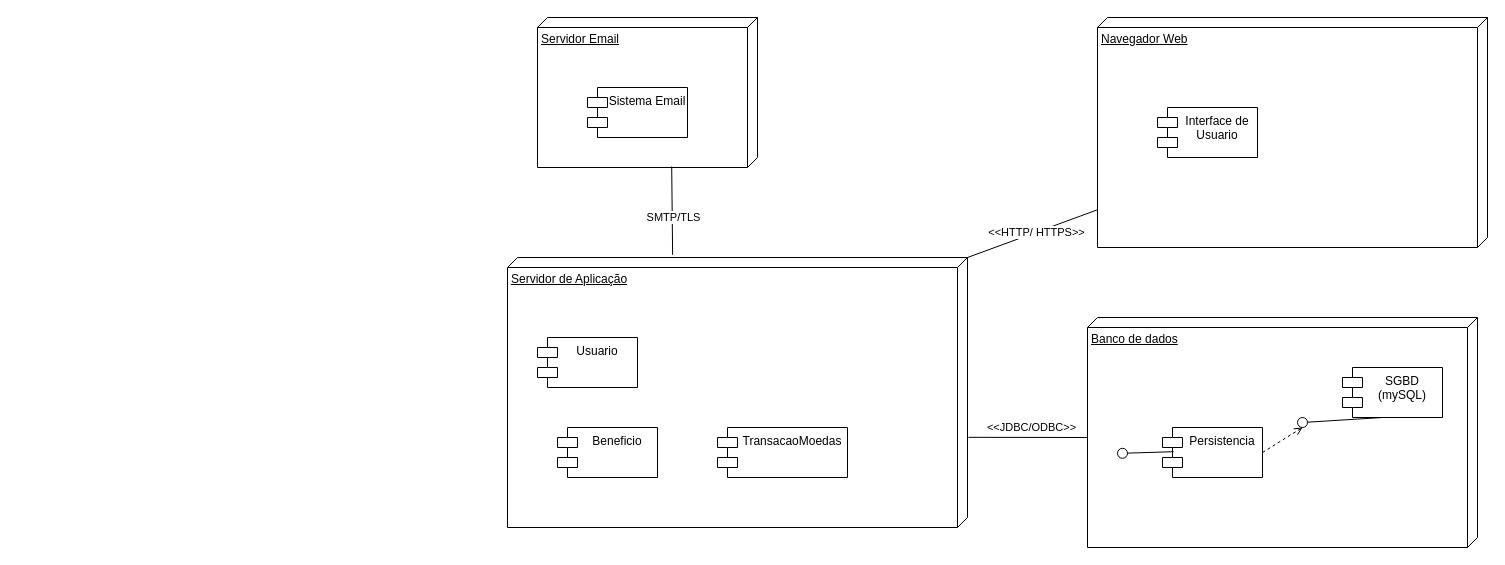
Above: projeto/DiagramaDeImplantacao.drawio in Puc-Minas-activities-organization/Sistema-de-Moeda-Estudantil (draw.io), before the change. Source tidied: cells renumbered, new cells numbered last; positions are measured from the earlier drawing's top-left corner, leaving out a move shared by most shapes. Both pictures are drawn from the tidied source at 100%, with x=0, y=0 at pixel (507, 17).
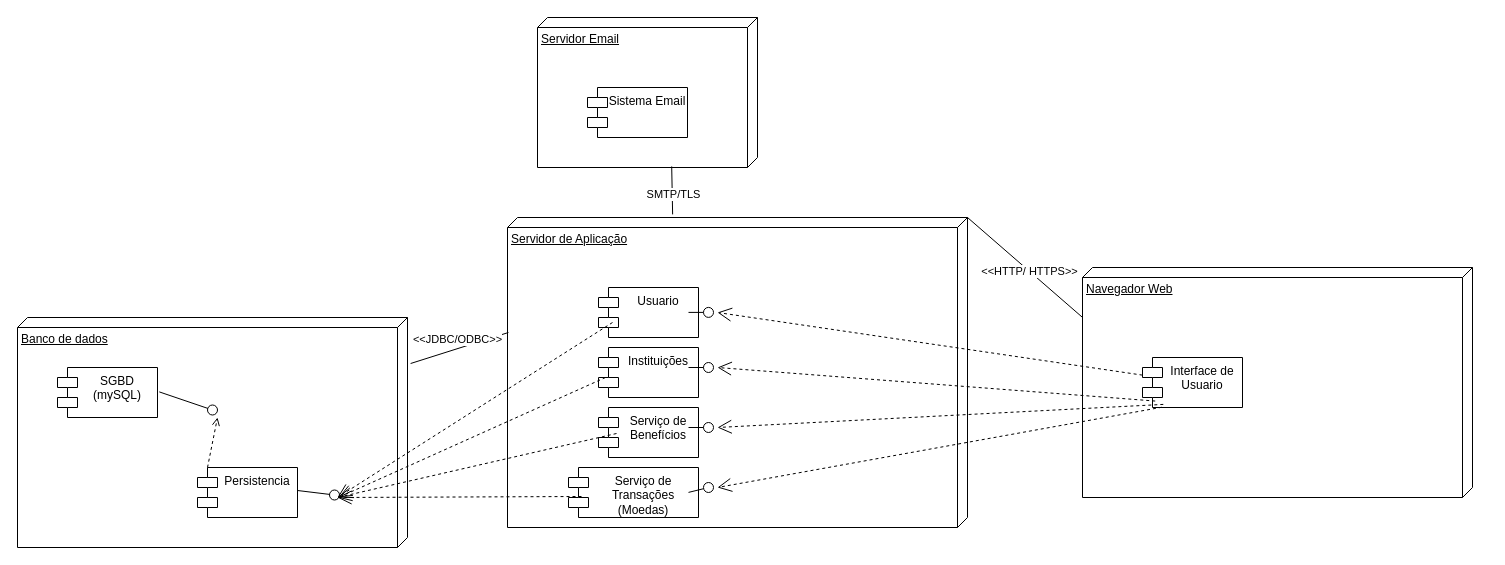
The same page after the edit.

Commit message:
Docs: Atualização no diagrama de Implantação

Change to the diagram source:
```diff
@@
-    <mxCell id="2" value="Servidor Email" style="verticalAlign=top;align=left;spacingTop=8;spacingLeft=2;spacingRight=12;shape=cube;size=10;direction=south;fontStyle=4;html=1;whiteSpace=wrap;" parent="1" vertex="1">
-      <mxGeometry x="30" width="220" height="150" as="geometry" />
-    </mxCell>
+    <mxCell id="23" style="group;" parent="1" vertex="1">
+      <mxGeometry x="-490" y="300" width="390" height="230" as="geometry" />
+    </mxCell>
+    <mxCell id="5" value="Banco de dados" style="verticalAlign=top;align=left;spacingTop=8;spacingLeft=2;spacingRight=12;shape=cube;size=10;direction=south;fontStyle=4;html=1;whiteSpace=wrap;" parent="23" vertex="1">
+      <mxGeometry width="390" height="230" as="geometry" />
+    </mxCell>
+    <mxCell id="10" value="SGBD (mySQL)" style="shape=module;align=left;spacingLeft=20;align=center;verticalAlign=top;whiteSpace=wrap;html=1;" parent="23" vertex="1">
+      <mxGeometry x="40" y="50" width="100" height="50" as="geometry" />
+    </mxCell>
+    <mxCell id="11" value="Persistencia" style="shape=module;align=left;spacingLeft=20;align=center;verticalAlign=top;whiteSpace=wrap;html=1;" parent="23" vertex="1">
+      <mxGeometry x="180" y="150" width="100" height="50" as="geometry" />
+    </mxCell>
+    <mxCell id="13" style="ellipse;whiteSpace=wrap;html=1;align=center;fillColor=none;strokeColor=none;perimeter=centerPerimeter;" parent="23" vertex="1">
+      <mxGeometry x="140" y="70" width="10" height="10" as="geometry" />
+    </mxCell>
+    <mxCell id="12" style="rounded=0;jettySize=auto;html=1;endArrow=oval;endFill=0;sketch=0;sourcePerimeterSpacing=0;targetPerimeterSpacing=0;endSize=10;exitX=1.018;exitY=0.488;exitDx=0;exitDy=0;exitPerimeter=0;" parent="23" edge="1" source="10">
+      <mxGeometry relative="1" as="geometry">
+        <mxPoint x="195" y="92.5" as="targetPoint" />
+        <Array as="points">
+          <mxPoint x="195" y="92.5" />
+        </Array>
+      </mxGeometry>
+    </mxCell>
+    <mxCell id="14" style="html=1;verticalAlign=bottom;labelBackgroundColor=none;endArrow=open;endFill=0;dashed=1;exitX=0;exitY=0;exitDx=10;exitDy=0;exitPerimeter=0;" parent="23" edge="1" source="11">
+      <mxGeometry relative="1" as="geometry">
+        <mxPoint x="200" y="100" as="targetPoint" />
+      </mxGeometry>
+    </mxCell>
+    <mxCell id="15" style="rounded=0;orthogonalLoop=1;jettySize=auto;html=1;endArrow=oval;endFill=0;sketch=0;sourcePerimeterSpacing=0;targetPerimeterSpacing=0;endSize=10;" parent="23" edge="1">
+      <mxGeometry relative="1" as="geometry">
+        <mxPoint x="280" y="173" as="sourcePoint" />
+        <mxPoint x="317" y="177.5" as="targetPoint" />
+        <Array as="points">
+          <mxPoint x="317" y="177.5" />
+        </Array>
+      </mxGeometry>
+    </mxCell>
+    <mxCell id="24" style="group;" parent="1" vertex="1">
+      <mxGeometry x="-10" y="240" width="460" height="270" as="geometry" />
+    </mxCell>
+    <mxCell id="25" style="group;" parent="24" vertex="1">
+      <mxGeometry x="10" width="460" height="270" as="geometry" />
+    </mxCell>
-    <mxCell id="3" value="Servidor de Aplicação" style="verticalAlign=top;align=left;spacingTop=8;spacingLeft=2;spacingRight=12;shape=cube;size=10;direction=south;fontStyle=4;html=1;whiteSpace=wrap;" parent="1" vertex="1">
-      <mxGeometry y="240" width="460" height="270" as="geometry" />
+    <mxCell id="3" value="Servidor de Aplicação" style="verticalAlign=top;align=left;spacingTop=8;spacingLeft=2;spacingRight=12;shape=cube;size=10;direction=south;fontStyle=4;html=1;whiteSpace=wrap;" parent="25" vertex="1">
+      <mxGeometry y="-40" width="460" height="310" as="geometry" />
     </mxCell>
-    <mxCell id="4" value="Navegador Web" style="verticalAlign=top;align=left;spacingTop=8;spacingLeft=2;spacingRight=12;shape=cube;size=10;direction=south;fontStyle=4;html=1;whiteSpace=wrap;" parent="1" vertex="1">
-      <mxGeometry x="590" width="390" height="230" as="geometry" />
-    </mxCell>
-    <mxCell id="5" value="Banco de dados" style="verticalAlign=top;align=left;spacingTop=8;spacingLeft=2;spacingRight=12;shape=cube;size=10;direction=south;fontStyle=4;html=1;whiteSpace=wrap;" parent="1" vertex="1">
-      <mxGeometry x="580" y="300" width="390" height="230" as="geometry" />
-    </mxCell>
-    <mxCell id="6" value="Sistema Email" style="shape=module;align=left;spacingLeft=20;align=center;verticalAlign=top;whiteSpace=wrap;html=1;" parent="1" vertex="1">
-      <mxGeometry x="80" y="70" width="100" height="50" as="geometry" />
-    </mxCell>
-    <mxCell id="7" value="Usuario" style="shape=module;align=left;spacingLeft=20;align=center;verticalAlign=top;whiteSpace=wrap;html=1;" parent="1" vertex="1">
-      <mxGeometry x="30" y="320" width="100" height="50" as="geometry" />
-    </mxCell>
+    <mxCell id="26" style="group;" parent="25" vertex="1">
+      <mxGeometry x="61" y="30" width="130" height="230" as="geometry" />
+    </mxCell>
-    <mxCell id="8" value="Beneficio" style="shape=module;align=left;spacingLeft=20;align=center;verticalAlign=top;whiteSpace=wrap;html=1;" parent="1" vertex="1">
-      <mxGeometry x="50" y="410" width="100" height="50" as="geometry" />
+    <mxCell id="8" value="Serviço de Benefícios" style="shape=module;align=left;spacingLeft=20;align=center;verticalAlign=top;whiteSpace=wrap;html=1;" parent="26" vertex="1">
+      <mxGeometry x="30" y="120" width="100" height="50" as="geometry" />
     </mxCell>
-    <mxCell id="9" value="TransacaoMoedas" style="shape=module;align=left;spacingLeft=20;align=center;verticalAlign=top;whiteSpace=wrap;html=1;" parent="1" vertex="1">
-      <mxGeometry x="210" y="410" width="130" height="50" as="geometry" />
+    <mxCell id="9" value="Serviço de Transações (Moedas)" style="shape=module;align=left;spacingLeft=20;align=center;verticalAlign=top;whiteSpace=wrap;html=1;" parent="26" vertex="1">
+      <mxGeometry y="180" width="130" height="50" as="geometry" />
     </mxCell>
-    <mxCell id="10" value="SGBD (mySQL)" style="shape=module;align=left;spacingLeft=20;align=center;verticalAlign=top;whiteSpace=wrap;html=1;" parent="1" vertex="1">
-      <mxGeometry x="835" y="350" width="100" height="50" as="geometry" />
-    </mxCell>
-    <mxCell id="11" value="Persistencia" style="shape=module;align=left;spacingLeft=20;align=center;verticalAlign=top;whiteSpace=wrap;html=1;" parent="1" vertex="1">
-      <mxGeometry x="655" y="410" width="100" height="50" as="geometry" />
-    </mxCell>
-    <mxCell id="12" style="rounded=0;orthogonalLoop=1;jettySize=auto;html=1;endArrow=oval;endFill=0;sketch=0;sourcePerimeterSpacing=0;targetPerimeterSpacing=0;endSize=10;exitX=0;exitY=0;exitDx=0;exitDy=35;exitPerimeter=0;" parent="1" edge="1">
-      <mxGeometry relative="1" as="geometry">
-        <mxPoint x="875" y="400" as="sourcePoint" />
-        <mxPoint x="795" y="405" as="targetPoint" />
-        <Array as="points">
-          <mxPoint x="795" y="405" />
-        </Array>
-      </mxGeometry>
-    </mxCell>
-    <mxCell id="13" style="ellipse;whiteSpace=wrap;html=1;align=center;fillColor=none;strokeColor=none;perimeter=centerPerimeter;" parent="1" vertex="1">
-      <mxGeometry x="720" y="370" width="10" height="10" as="geometry" />
-    </mxCell>
-    <mxCell id="14" style="html=1;verticalAlign=bottom;labelBackgroundColor=none;endArrow=open;endFill=0;dashed=1;exitX=1;exitY=0.5;exitDx=0;exitDy=0;" parent="1" edge="1" source="11">
-      <mxGeometry relative="1" as="geometry">
-        <mxPoint x="795" y="410" as="targetPoint" />
-      </mxGeometry>
-    </mxCell>
-    <mxCell id="15" style="rounded=0;orthogonalLoop=1;jettySize=auto;html=1;endArrow=oval;endFill=0;sketch=0;sourcePerimeterSpacing=0;targetPerimeterSpacing=0;endSize=10;exitX=0.111;exitY=0.52;exitDx=0;exitDy=0;exitPerimeter=0;" parent="1" edge="1">
-      <mxGeometry relative="1" as="geometry">
-        <mxPoint x="666.1" y="434.2" as="sourcePoint" />
-        <mxPoint x="615" y="435.8" as="targetPoint" />
-        <Array as="points">
-          <mxPoint x="615" y="435.8" />
-        </Array>
-      </mxGeometry>
-    </mxCell>
-    <mxCell id="16" value="Interface de Usuario" style="shape=module;align=left;spacingLeft=20;align=center;verticalAlign=top;whiteSpace=wrap;html=1;" parent="1" vertex="1">
-      <mxGeometry x="650" y="90" width="100" height="50" as="geometry" />
-    </mxCell>
+    <mxCell id="27" value="Instituições" style="shape=module;align=left;spacingLeft=20;align=center;verticalAlign=top;whiteSpace=wrap;html=1;" parent="26" vertex="1">
+      <mxGeometry x="30" y="60" width="100" height="50" as="geometry" />
+    </mxCell>
+    <mxCell id="28" style="endArrow=open;endSize=12;dashed=1;html=1;rounded=0;exitX=0.07;exitY=0.6;exitDx=0;exitDy=0;exitPerimeter=0;" parent="25" edge="1" source="27">
+      <mxGeometry relative="1" as="geometry">
+        <mxPoint x="-169" y="240" as="targetPoint" />
+      </mxGeometry>
+    </mxCell>
+    <mxCell id="7" value="Usuario" style="shape=module;align=left;spacingLeft=20;align=center;verticalAlign=top;whiteSpace=wrap;html=1;" parent="25" vertex="1">
+      <mxGeometry x="91" y="30" width="100" height="50" as="geometry" />
+    </mxCell>
+    <mxCell id="29" style="ellipse;whiteSpace=wrap;html=1;align=center;fillColor=none;strokeColor=none;perimeter=centerPerimeter;" parent="24" vertex="1">
+      <mxGeometry x="241" y="50" width="10" height="10" as="geometry" />
+    </mxCell>
+    <mxCell id="30" style="rounded=0;orthogonalLoop=1;jettySize=auto;html=1;endArrow=oval;endFill=0;sketch=0;sourcePerimeterSpacing=0;targetPerimeterSpacing=0;endSize=10;strokeWidth=1;startSize=15;" parent="24" edge="1">
+      <mxGeometry relative="1" as="geometry">
+        <mxPoint x="191" y="54.9" as="sourcePoint" />
+        <mxPoint x="211" y="54.9" as="targetPoint" />
+      </mxGeometry>
+    </mxCell>
+    <mxCell id="31" style="rounded=0;orthogonalLoop=1;jettySize=auto;html=1;endArrow=oval;endFill=0;sketch=0;sourcePerimeterSpacing=0;targetPerimeterSpacing=0;endSize=10;strokeWidth=1;startSize=15;" parent="24" edge="1">
+      <mxGeometry relative="1" as="geometry">
+        <mxPoint x="191" y="110" as="sourcePoint" />
+        <mxPoint x="211" y="110" as="targetPoint" />
+      </mxGeometry>
+    </mxCell>
+    <mxCell id="32" style="rounded=0;orthogonalLoop=1;jettySize=auto;html=1;endArrow=oval;endFill=0;sketch=0;sourcePerimeterSpacing=0;targetPerimeterSpacing=0;endSize=10;strokeWidth=1;startSize=15;" parent="24" edge="1">
+      <mxGeometry relative="1" as="geometry">
+        <mxPoint x="191" y="170" as="sourcePoint" />
+        <mxPoint x="211" y="170" as="targetPoint" />
+      </mxGeometry>
+    </mxCell>
+    <mxCell id="33" style="rounded=0;orthogonalLoop=1;jettySize=auto;html=1;endArrow=oval;endFill=0;sketch=0;sourcePerimeterSpacing=2;targetPerimeterSpacing=0;endSize=10;strokeWidth=1;startSize=15;" parent="24" edge="1">
+      <mxGeometry relative="1" as="geometry">
+        <mxPoint x="191" y="234.9" as="sourcePoint" />
+        <mxPoint x="211" y="230" as="targetPoint" />
+      </mxGeometry>
+    </mxCell>
+    <mxCell id="2" value="Servidor Email" style="verticalAlign=top;align=left;spacingTop=8;spacingLeft=2;spacingRight=12;shape=cube;size=10;direction=south;fontStyle=4;html=1;whiteSpace=wrap;" parent="1" vertex="1">
+      <mxGeometry x="30" width="220" height="150" as="geometry" />
+    </mxCell>
+    <mxCell id="6" value="Sistema Email" style="shape=module;align=left;spacingLeft=20;align=center;verticalAlign=top;whiteSpace=wrap;html=1;" parent="1" vertex="1">
+      <mxGeometry x="80" y="70" width="100" height="50" as="geometry" />
+    </mxCell>
-    <mxCell id="17" style="endArrow=none;html=1;entryX=0.836;entryY=1;entryDx=0;entryDy=0;entryPerimeter=0;exitX=0;exitY=0;exitDx=0;exitDy=0;exitPerimeter=0;" parent="1" edge="1" source="3" target="4">
+    <mxCell id="17" style="endArrow=none;html=1;entryX=0.217;entryY=1;entryDx=0;entryDy=0;entryPerimeter=0;exitX=0;exitY=0;exitDx=0;exitDy=0;exitPerimeter=0;" parent="1" edge="1" source="3" target="4">
       <mxGeometry relative="1" as="geometry" />
     </mxCell>
@@
-    <mxCell id="19" style="endArrow=none;html=1;entryX=0;entryY=0;entryDx=120;entryDy=390;entryPerimeter=0;exitX=0.666;exitY=-0.002;exitDx=0;exitDy=0;exitPerimeter=0;" parent="1" edge="1" source="3" target="5">
+    <mxCell id="19" style="endArrow=none;html=1;exitX=0.371;exitY=0.998;exitDx=0;exitDy=0;exitPerimeter=0;entryX=0.2;entryY=-0.008;entryDx=0;entryDy=0;entryPerimeter=0;" parent="1" edge="1" source="3" target="5">
       <mxGeometry relative="1" as="geometry" />
     </mxCell>
@@
+    <mxCell id="34" style="ellipse;whiteSpace=wrap;html=1;align=center;fillColor=none;strokeColor=none;perimeter=centerPerimeter;" parent="1" vertex="1">
+      <mxGeometry x="530" y="280" width="10" height="10" as="geometry" />
+    </mxCell>
+    <mxCell id="35" style="endArrow=open;endSize=12;dashed=1;html=1;rounded=0;exitX=0.1;exitY=0.58;exitDx=0;exitDy=0;exitPerimeter=0;" parent="1" edge="1" source="9">
+      <mxGeometry relative="1" as="geometry">
+        <mxPoint x="-170" y="480" as="targetPoint" />
+      </mxGeometry>
+    </mxCell>
+    <mxCell id="36" style="endArrow=open;endSize=12;dashed=1;html=1;rounded=0;exitX=0.18;exitY=0.52;exitDx=0;exitDy=0;exitPerimeter=0;" parent="1" edge="1" source="8">
+      <mxGeometry relative="1" as="geometry">
+        <mxPoint x="-170" y="480" as="targetPoint" />
+      </mxGeometry>
+    </mxCell>
+    <mxCell id="37" style="group;" parent="1" vertex="1">
+      <mxGeometry x="575" y="250" width="390" height="230" as="geometry" />
+    </mxCell>
+    <mxCell id="4" value="Navegador Web" style="verticalAlign=top;align=left;spacingTop=8;spacingLeft=2;spacingRight=12;shape=cube;size=10;direction=south;fontStyle=4;html=1;whiteSpace=wrap;" parent="37" vertex="1">
+      <mxGeometry width="390" height="230" as="geometry" />
+    </mxCell>
+    <mxCell id="16" value="Interface de Usuario" style="shape=module;align=left;spacingLeft=20;align=center;verticalAlign=top;whiteSpace=wrap;html=1;" parent="37" vertex="1">
+      <mxGeometry x="60" y="90" width="100" height="50" as="geometry" />
+    </mxCell>
+    <mxCell id="38" style="endArrow=open;endSize=12;dashed=1;html=1;rounded=0;exitX=0.14;exitY=0.7;exitDx=0;exitDy=0;exitPerimeter=0;" parent="1" edge="1" source="7">
+      <mxGeometry relative="1" as="geometry">
+        <mxPoint x="-170" y="480" as="targetPoint" />
+      </mxGeometry>
+    </mxCell>
+    <mxCell id="39" style="endArrow=open;endSize=12;dashed=1;html=1;rounded=0;" parent="1" edge="1" source="16">
+      <mxGeometry relative="1" as="geometry">
+        <mxPoint x="210" y="295" as="targetPoint" />
+      </mxGeometry>
+    </mxCell>
+    <mxCell id="40" style="endArrow=open;endSize=12;dashed=1;html=1;rounded=0;exitX=0.127;exitY=0.871;exitDx=0;exitDy=0;exitPerimeter=0;" parent="1" edge="1" source="16">
+      <mxGeometry relative="1" as="geometry">
+        <mxPoint x="210" y="350" as="targetPoint" />
+      </mxGeometry>
+    </mxCell>
+    <mxCell id="41" style="endArrow=open;endSize=12;dashed=1;html=1;rounded=0;exitX=0.208;exitY=0.938;exitDx=0;exitDy=0;exitPerimeter=0;" parent="1" edge="1" source="16">
+      <mxGeometry relative="1" as="geometry">
+        <mxPoint x="210" y="410" as="targetPoint" />
+      </mxGeometry>
+    </mxCell>
+    <mxCell id="42" style="endArrow=open;endSize=12;dashed=1;html=1;rounded=0;exitX=0.193;exitY=0.995;exitDx=0;exitDy=0;exitPerimeter=0;" parent="1" edge="1" source="16">
+      <mxGeometry relative="1" as="geometry">
+        <mxPoint x="210" y="470" as="targetPoint" />
+      </mxGeometry>
+    </mxCell>
```
